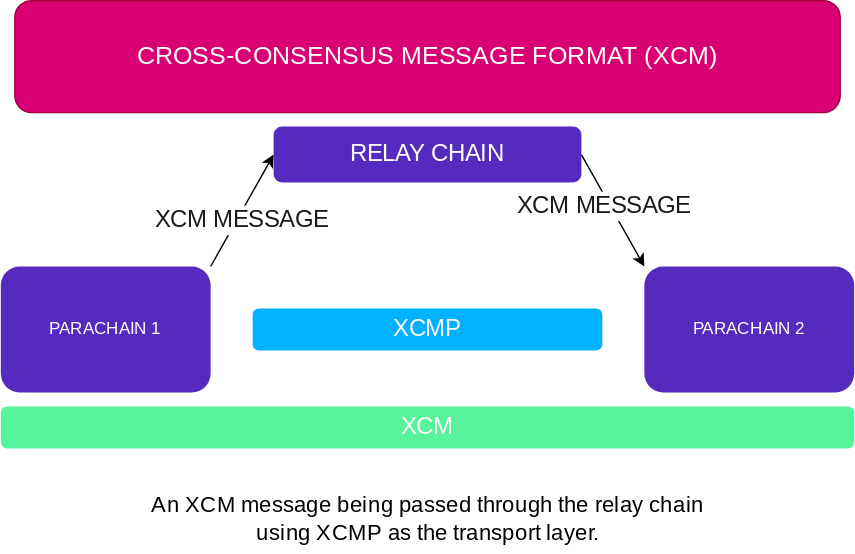
This is docs/assets/cross-consensus/xcm.drawio.svg from w3f/polkadot-wiki, a draw.io export, as it was before one commit. Source tidied: cells renumbered, new cells last; positions are measured from the earlier drawing's top-left corner, leaving out a move shared by most shapes. Source of this version:
```xml
<mxGraphModel>
  <root>
    <mxCell id="0" />
    <mxCell id="1" parent="0" />
    <mxCell id="2" style="edgeStyle=none;html=1;exitX=1;exitY=0;exitDx=0;exitDy=0;entryX=0;entryY=0.5;entryDx=0;entryDy=0;fontFamily=Unbounded;fontSource=https%3A%2F%2Fgithub.com%2Fw3f%2Funbounded%2Fblob%2Fmain%2FTTF%2FUnbounded-Regular.ttf;fontSize=17;fontColor=#1A1A1A;" parent="1" edge="1" source="4" target="10">
      <mxGeometry relative="1" as="geometry" />
    </mxCell>
    <mxCell id="3" value="XCM MESSAGE" style="edgeLabel;html=1;align=center;verticalAlign=middle;fontSize=17;fontFamily=Unbounded;fontColor=#1A1A1A;" parent="2" vertex="1">
      <mxGeometry x="-0.13" y="-2" relative="1" as="geometry" />
    </mxCell>
    <mxCell id="4" value="PARACHAIN 1" style="rounded=1;whiteSpace=wrap;html=1;fillColor=#552BBF;strokeColor=none;fontFamily=Unbounded;fontSource=https%3A%2F%2Fgithub.com%2Fw3f%2Funbounded%2Fblob%2Fmain%2FTTF%2FUnbounded-Regular.ttf;fontColor=#FFFFFF;" parent="1" vertex="1">
      <mxGeometry y="190" width="150" height="90" as="geometry" />
    </mxCell>
    <mxCell id="5" value="CROSS-CONSENSUS MESSAGE FORMAT (XCM)" style="rounded=1;whiteSpace=wrap;html=1;fillColor=#d80073;fontColor=#ffffff;strokeColor=#A50040;fontFamily=Unbounded;fontSource=https%3A%2F%2Fgithub.com%2Fw3f%2Funbounded%2Fblob%2Fmain%2FTTF%2FUnbounded-Regular.ttf;fontSize=18;" parent="1" vertex="1">
      <mxGeometry x="10" width="590" height="80" as="geometry" />
    </mxCell>
    <mxCell id="6" value="XCM" style="rounded=1;whiteSpace=wrap;html=1;fillColor=#56F39A;strokeColor=none;fontFamily=Unbounded;fontSource=https%3A%2F%2Fgithub.com%2Fw3f%2Funbounded%2Fblob%2Fmain%2FTTF%2FUnbounded-Regular.ttf;fontColor=#FFF7F7;fontSize=17;" parent="1" vertex="1">
      <mxGeometry y="290" width="610" height="30" as="geometry" />
    </mxCell>
    <mxCell id="7" value="PARACHAIN 2" style="rounded=1;whiteSpace=wrap;html=1;fillColor=#552BBF;strokeColor=none;fontFamily=Unbounded;fontSource=https%3A%2F%2Fgithub.com%2Fw3f%2Funbounded%2Fblob%2Fmain%2FTTF%2FUnbounded-Regular.ttf;fontColor=#FFFFFF;" parent="1" vertex="1">
      <mxGeometry x="460" y="190" width="150" height="90" as="geometry" />
    </mxCell>
    <mxCell id="8" style="edgeStyle=none;html=1;exitX=1;exitY=0.5;exitDx=0;exitDy=0;entryX=0;entryY=0;entryDx=0;entryDy=0;fontFamily=Unbounded;fontSource=https%3A%2F%2Fgithub.com%2Fw3f%2Funbounded%2Fblob%2Fmain%2FTTF%2FUnbounded-Regular.ttf;fontSize=17;fontColor=#FFF7F7;" parent="1" edge="1" source="10" target="7">
      <mxGeometry relative="1" as="geometry" />
    </mxCell>
    <mxCell id="9" value="XCM MESSAGE" style="edgeLabel;html=1;align=center;verticalAlign=middle;fontSize=17;fontFamily=Unbounded;fontColor=#1A1A1A;" parent="8" vertex="1">
      <mxGeometry x="-0.28" y="-2" relative="1" as="geometry">
        <mxPoint x="1" y="7" as="offset" />
      </mxGeometry>
    </mxCell>
    <mxCell id="10" value="RELAY CHAIN" style="rounded=1;whiteSpace=wrap;html=1;fillColor=#552BBF;strokeColor=none;fontFamily=Unbounded;fontSource=https%3A%2F%2Fgithub.com%2Fw3f%2Funbounded%2Fblob%2Fmain%2FTTF%2FUnbounded-Regular.ttf;fontColor=#FFFFFF;fontSize=17;" parent="1" vertex="1">
      <mxGeometry x="195" y="90" width="220" height="40" as="geometry" />
    </mxCell>
    <mxCell id="11" value="XCMP" style="rounded=1;whiteSpace=wrap;html=1;fillColor=#00B2FF;strokeColor=none;fontFamily=Unbounded;fontSource=https%3A%2F%2Fgithub.com%2Fw3f%2Funbounded%2Fblob%2Fmain%2FTTF%2FUnbounded-Regular.ttf;fontColor=#FFF7F7;fontSize=17;" parent="1" vertex="1">
      <mxGeometry x="180" y="220" width="250" height="30" as="geometry" />
    </mxCell>
    <mxCell id="12" value="&lt;span style=&quot;font-size: 16px; text-align: left;&quot;&gt;An XCM message being passed through the relay chain &lt;br style=&quot;font-size: 16px;&quot;&gt;using XCMP as the transport layer.&lt;/span&gt;" style="text;html=1;align=center;verticalAlign=middle;fillColor=none;fontSize=16;fontFamily=Unbounded;labelBackgroundColor=default;" parent="1" vertex="1">
      <mxGeometry x="30" y="345" width="550" height="50" as="geometry" />
    </mxCell>
  </root>
</mxGraphModel>
```
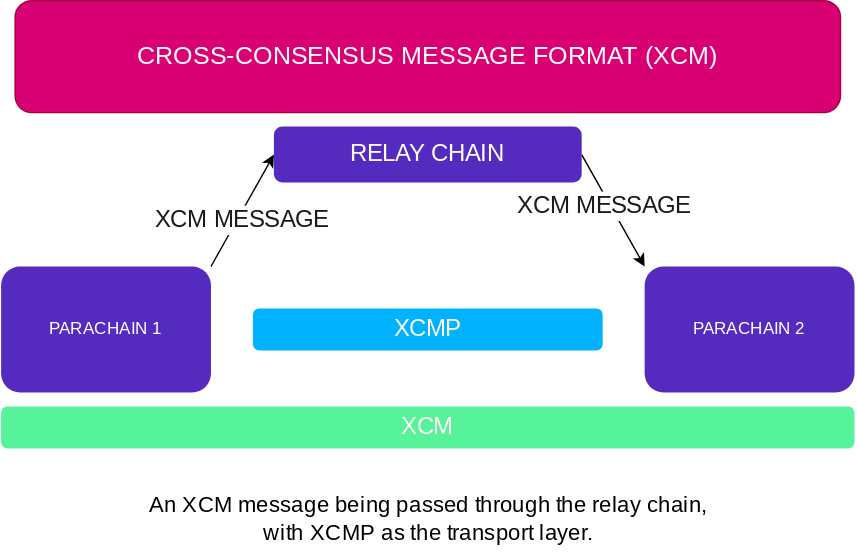
The same file after the commit.

Commit message:
xcmv3 initial blob

What changed in the source:
```diff
@@ -34,7 +34,7 @@
     <mxCell id="11" value="XCMP" style="rounded=1;whiteSpace=wrap;html=1;fillColor=#00B2FF;strokeColor=none;fontFamily=Unbounded;fontSource=https%3A%2F%2Fgithub.com%2Fw3f%2Funbounded%2Fblob%2Fmain%2FTTF%2FUnbounded-Regular.ttf;fontColor=#FFF7F7;fontSize=17;" parent="1" vertex="1">
       <mxGeometry x="180" y="220" width="250" height="30" as="geometry" />
     </mxCell>
-    <mxCell id="12" value="&lt;span style=&quot;font-size: 16px; text-align: left;&quot;&gt;An XCM message being passed through the relay chain &lt;br style=&quot;font-size: 16px;&quot;&gt;using XCMP as the transport layer.&lt;/span&gt;" style="text;html=1;align=center;verticalAlign=middle;fillColor=none;fontSize=16;fontFamily=Unbounded;labelBackgroundColor=default;" parent="1" vertex="1">
+    <mxCell id="12" value="&lt;span style=&quot;font-size: 16px; text-align: left;&quot;&gt;An XCM message being passed through the relay chain, &lt;br&gt;with XCMP as the transport layer.&lt;/span&gt;" style="text;html=1;align=center;verticalAlign=middle;fillColor=none;fontSize=16;fontFamily=Unbounded;labelBackgroundColor=default;" parent="1" vertex="1">
       <mxGeometry x="30" y="345" width="550" height="50" as="geometry" />
     </mxCell>
   </root>
```
